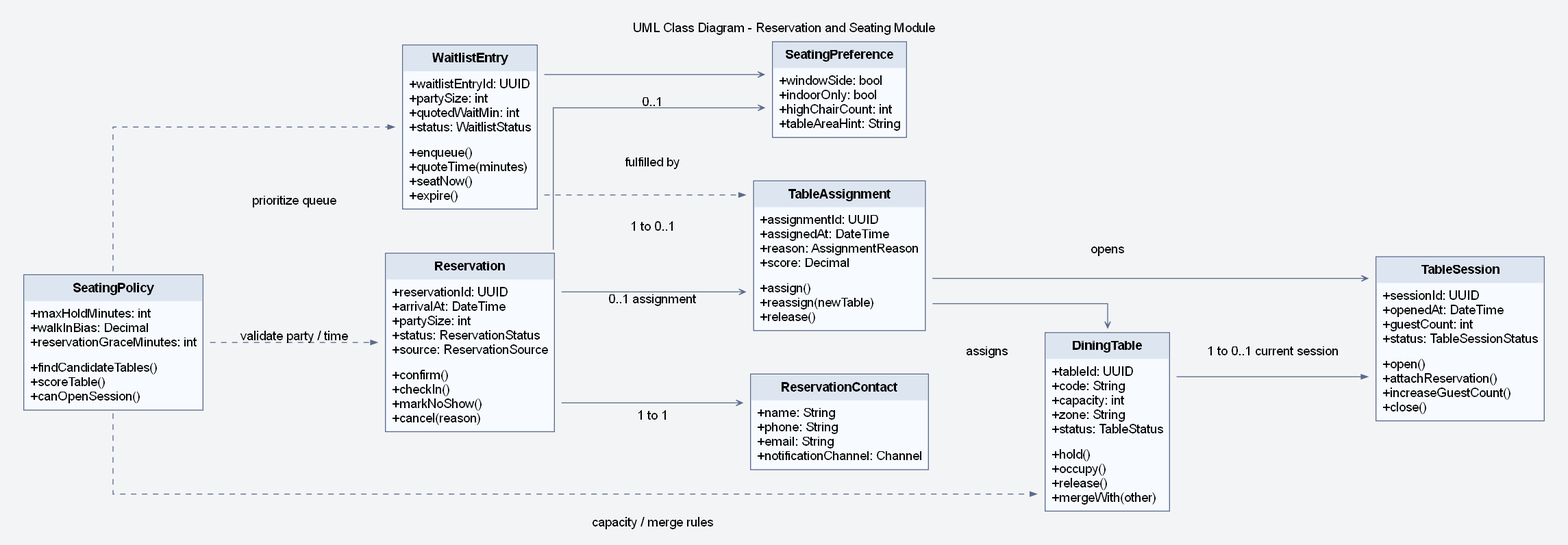
This is assets/diagrams/rendered/design/26_uml_class_diagram_reservation_and_seating_module.png from lehoangluan1/SA_IRMS, a Graphviz export, as it was before one commit. Its source is kept beside it as assets/diagrams/source/design/26_uml_class_diagram_reservation_and_seating_module.dot. The source it was exported from:
```dot
digraph G {

graph [bgcolor="#F3F4F6", pad="0.25", nodesep="0.55", ranksep="0.9", splines=ortho, fontname="Helvetica"];
node [fontname="Helvetica", shape=plaintext];
edge [fontname="Helvetica", color="#5B6B8C", penwidth=1.0, arrowsize=0.7];

labelloc="t";
label="UML Class Diagram - Reservation and Seating Module";
rankdir=LR;
Reservation [label=<
<TABLE BORDER="1" CELLBORDER="0" CELLSPACING="0" CELLPADDING="6" COLOR="#5B6B8C" BGCOLOR="#F7FAFF">
<TR><TD BGCOLOR="#DDE5F0"><B>Reservation</B></TD></TR>
<TR><TD ALIGN="LEFT" BALIGN="LEFT">+reservationId: UUID<BR ALIGN='LEFT'/>+arrivalAt: DateTime<BR ALIGN='LEFT'/>+partySize: int<BR ALIGN='LEFT'/>+status: ReservationStatus<BR ALIGN='LEFT'/>+source: ReservationSource</TD></TR>
<TR><TD ALIGN="LEFT" BALIGN="LEFT">+confirm()<BR ALIGN='LEFT'/>+checkIn()<BR ALIGN='LEFT'/>+markNoShow()<BR ALIGN='LEFT'/>+cancel(reason)</TD></TR>
</TABLE>
>];
WaitlistEntry [label=<
<TABLE BORDER="1" CELLBORDER="0" CELLSPACING="0" CELLPADDING="6" COLOR="#5B6B8C" BGCOLOR="#F7FAFF">
<TR><TD BGCOLOR="#DDE5F0"><B>WaitlistEntry</B></TD></TR>
<TR><TD ALIGN="LEFT" BALIGN="LEFT">+waitlistEntryId: UUID<BR ALIGN='LEFT'/>+partySize: int<BR ALIGN='LEFT'/>+quotedWaitMin: int<BR ALIGN='LEFT'/>+status: WaitlistStatus</TD></TR>
<TR><TD ALIGN="LEFT" BALIGN="LEFT">+enqueue()<BR ALIGN='LEFT'/>+quoteTime(minutes)<BR ALIGN='LEFT'/>+seatNow()<BR ALIGN='LEFT'/>+expire()</TD></TR>
</TABLE>
>];
DiningTable [label=<
<TABLE BORDER="1" CELLBORDER="0" CELLSPACING="0" CELLPADDING="6" COLOR="#5B6B8C" BGCOLOR="#F7FAFF">
<TR><TD BGCOLOR="#DDE5F0"><B>DiningTable</B></TD></TR>
<TR><TD ALIGN="LEFT" BALIGN="LEFT">+tableId: UUID<BR ALIGN='LEFT'/>+code: String<BR ALIGN='LEFT'/>+capacity: int<BR ALIGN='LEFT'/>+zone: String<BR ALIGN='LEFT'/>+status: TableStatus</TD></TR>
<TR><TD ALIGN="LEFT" BALIGN="LEFT">+hold()<BR ALIGN='LEFT'/>+occupy()<BR ALIGN='LEFT'/>+release()<BR ALIGN='LEFT'/>+mergeWith(other)</TD></TR>
</TABLE>
>];
TableSession [label=<
<TABLE BORDER="1" CELLBORDER="0" CELLSPACING="0" CELLPADDING="6" COLOR="#5B6B8C" BGCOLOR="#F7FAFF">
<TR><TD BGCOLOR="#DDE5F0"><B>TableSession</B></TD></TR>
<TR><TD ALIGN="LEFT" BALIGN="LEFT">+sessionId: UUID<BR ALIGN='LEFT'/>+openedAt: DateTime<BR ALIGN='LEFT'/>+guestCount: int<BR ALIGN='LEFT'/>+status: TableSessionStatus</TD></TR>
<TR><TD ALIGN="LEFT" BALIGN="LEFT">+open()<BR ALIGN='LEFT'/>+attachReservation()<BR ALIGN='LEFT'/>+increaseGuestCount()<BR ALIGN='LEFT'/>+close()</TD></TR>
</TABLE>
>];
SeatingPreference [label=<
<TABLE BORDER="1" CELLBORDER="0" CELLSPACING="0" CELLPADDING="6" COLOR="#5B6B8C" BGCOLOR="#F7FAFF">
<TR><TD BGCOLOR="#DDE5F0"><B>SeatingPreference</B></TD></TR>
<TR><TD ALIGN="LEFT" BALIGN="LEFT">+windowSide: bool<BR ALIGN='LEFT'/>+indoorOnly: bool<BR ALIGN='LEFT'/>+highChairCount: int<BR ALIGN='LEFT'/>+tableAreaHint: String</TD></TR>

</TABLE>
>];
TableAssignment [label=<
<TABLE BORDER="1" CELLBORDER="0" CELLSPACING="0" CELLPADDING="6" COLOR="#5B6B8C" BGCOLOR="#F7FAFF">
<TR><TD BGCOLOR="#DDE5F0"><B>TableAssignment</B></TD></TR>
<TR><TD ALIGN="LEFT" BALIGN="LEFT">+assignmentId: UUID<BR ALIGN='LEFT'/>+assignedAt: DateTime<BR ALIGN='LEFT'/>+reason: AssignmentReason<BR ALIGN='LEFT'/>+score: Decimal</TD></TR>
<TR><TD ALIGN="LEFT" BALIGN="LEFT">+assign()<BR ALIGN='LEFT'/>+reassign(newTable)<BR ALIGN='LEFT'/>+release()</TD></TR>
</TABLE>
>];
SeatingPolicy [label=<
<TABLE BORDER="1" CELLBORDER="0" CELLSPACING="0" CELLPADDING="6" COLOR="#5B6B8C" BGCOLOR="#F7FAFF">
<TR><TD BGCOLOR="#DDE5F0"><B>SeatingPolicy</B></TD></TR>
<TR><TD ALIGN="LEFT" BALIGN="LEFT">+maxHoldMinutes: int<BR ALIGN='LEFT'/>+walkInBias: Decimal<BR ALIGN='LEFT'/>+reservationGraceMinutes: int</TD></TR>
<TR><TD ALIGN="LEFT" BALIGN="LEFT">+findCandidateTables()<BR ALIGN='LEFT'/>+scoreTable()<BR ALIGN='LEFT'/>+canOpenSession()</TD></TR>
</TABLE>
>];
ReservationContact [label=<
<TABLE BORDER="1" CELLBORDER="0" CELLSPACING="0" CELLPADDING="6" COLOR="#5B6B8C" BGCOLOR="#F7FAFF">
<TR><TD BGCOLOR="#DDE5F0"><B>ReservationContact</B></TD></TR>
<TR><TD ALIGN="LEFT" BALIGN="LEFT">+name: String<BR ALIGN='LEFT'/>+phone: String<BR ALIGN='LEFT'/>+email: String<BR ALIGN='LEFT'/>+notificationChannel: Channel</TD></TR>

</TABLE>
>];

Reservation -> ReservationContact [arrowhead=vee, label="1 to 1"];
Reservation -> SeatingPreference [arrowhead=vee, label="1 to 0..1"];
Reservation -> TableAssignment [arrowhead=vee, label="0..1 assignment"];
TableAssignment -> DiningTable [arrowhead=vee, label="assigns"];
TableAssignment -> TableSession [arrowhead=vee, label="opens"];
WaitlistEntry -> SeatingPreference [arrowhead=vee, label="0..1"];
WaitlistEntry -> TableAssignment [style=dashed, label="fulfilled by"];
DiningTable -> TableSession [label="1 to 0..1 current session"];
SeatingPolicy -> Reservation [style=dashed, label="validate party / time"];
SeatingPolicy -> WaitlistEntry [style=dashed, label="prioritize queue"];
SeatingPolicy -> DiningTable [style=dashed, label="capacity / merge rules"];
}
```
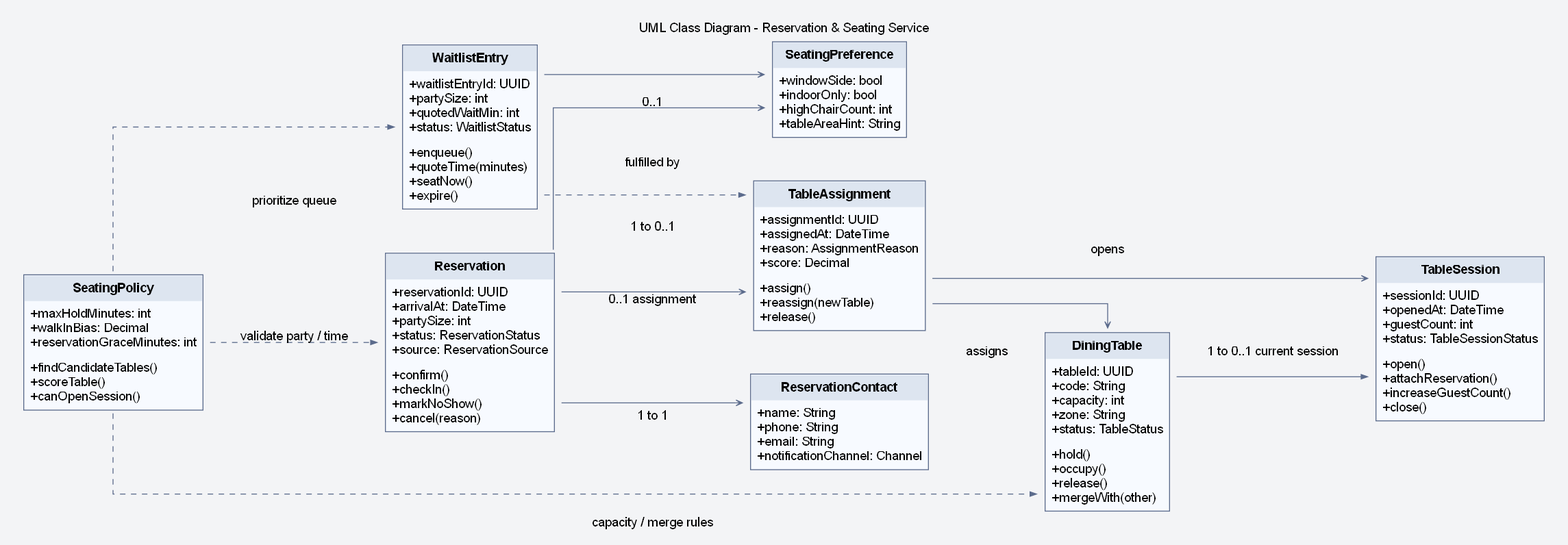
After the commit.

What changed in the source:
```diff
@@ -5,7 +5,7 @@
 edge [fontname="Helvetica", color="#5B6B8C", penwidth=1.0, arrowsize=0.7];
 
 labelloc="t";
-label="UML Class Diagram - Reservation and Seating Module";
+label="UML Class Diagram - Reservation & Seating Service";
 rankdir=LR;
 Reservation [label=<
 <TABLE BORDER="1" CELLBORDER="0" CELLSPACING="0" CELLPADDING="6" COLOR="#5B6B8C" BGCOLOR="#F7FAFF">
```
